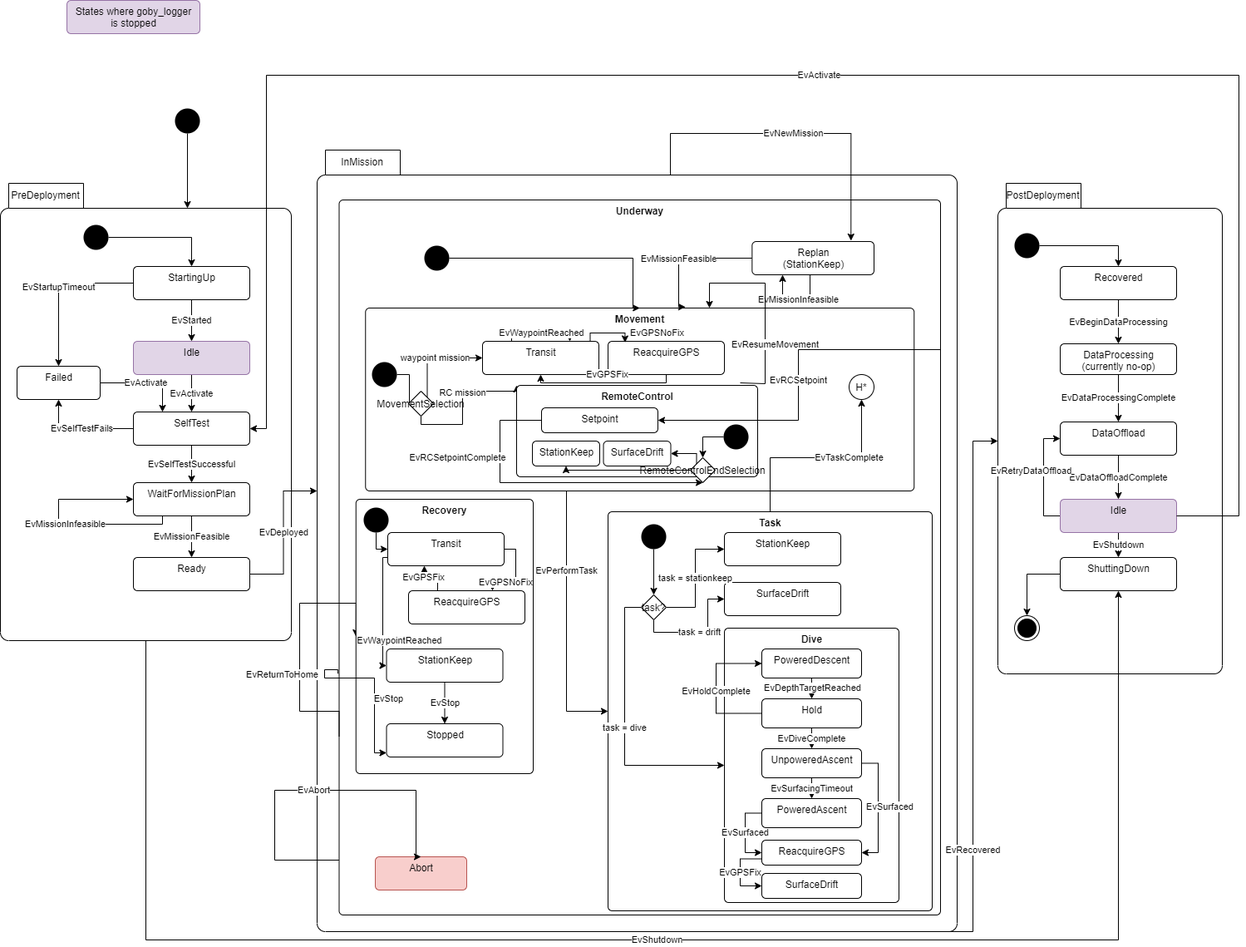
jaiarobotics/jaiabot keeps this draw.io diagram as src/doc/figures/mission-states.png. Above is the earlier version. Source tidied: cells renumbered, new cells last; positions are measured from the earlier drawing's top-left corner, leaving out a move shared by most shapes.
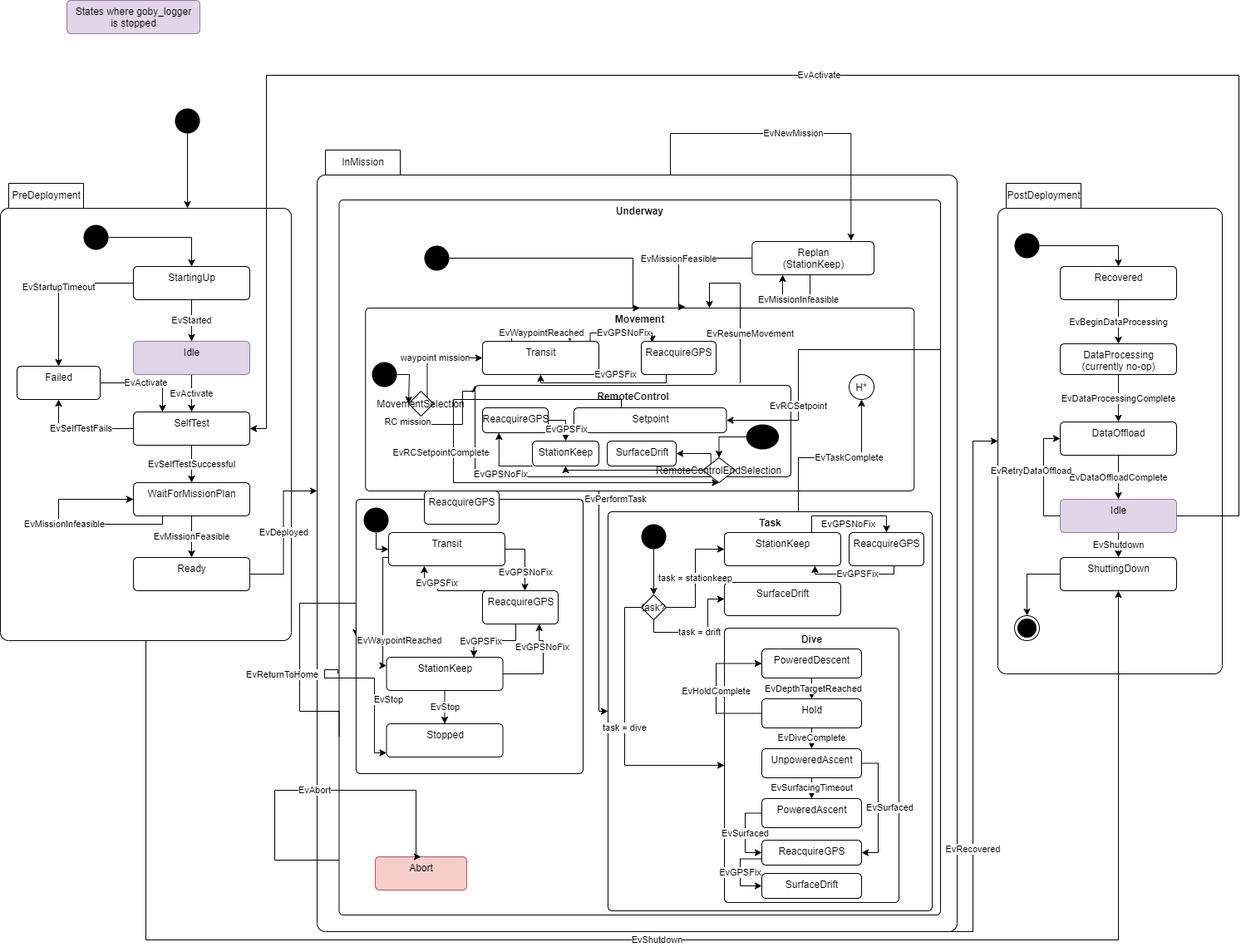
Above is the later version.

Commit message:
Updating documentation for state machine

What changed in the source:
```diff
@@ -138,11 +138,11 @@
       <mxGeometry x="38.2" y="90" width="660" height="220" as="geometry" />
     </mxCell>
     <mxCell id="41" value="EvPerformTask" style="edgeStyle=orthogonalEdgeStyle;rounded=0;jettySize=auto;html=1;entryX=0;entryY=0.5;entryDx=0;entryDy=0;" parent="36" edge="1" target="60">
-      <mxGeometry x="-0.39" relative="1" as="geometry">
+      <mxGeometry x="-0.69" y="20" relative="1" as="geometry">
         <mxPoint x="280" y="310" as="sourcePoint" />
         <Array as="points">
-          <mxPoint x="280" y="310" />
-          <mxPoint x="280" y="535" />
+          <mxPoint x="319" y="310" />
+          <mxPoint x="319" y="575" />
         </Array>
       </mxGeometry>
     </mxCell>
@@ -152,22 +152,23 @@
     <mxCell id="43" value="EvTaskComplete" style="edgeStyle=orthogonalEdgeStyle;rounded=0;jettySize=auto;html=1;entryX=0.5;entryY=1;entryDx=0;entryDy=0;exitX=0.5;exitY=0;exitDx=0;exitDy=0;" parent="36" edge="1" source="60" target="58">
       <mxGeometry x="0.31" relative="1" as="geometry">
         <Array as="points">
-          <mxPoint x="525" y="270" />
+          <mxPoint x="559" y="335" />
+          <mxPoint x="559" y="270" />
           <mxPoint x="635" y="270" />
         </Array>
       </mxGeometry>
     </mxCell>
     <mxCell id="44" value="&lt;b&gt;Recovery&lt;/b&gt;" style="html=1;align=center;verticalAlign=top;rounded=1;absoluteArcSize=1;arcSize=10;dashed=0;" parent="36" vertex="1">
-      <mxGeometry x="26.8" y="320" width="213.2" height="330" as="geometry" />
+      <mxGeometry x="26.9" y="320" width="273.1" height="330" as="geometry" />
     </mxCell>
     <mxCell id="45" value="Transit" style="html=1;align=center;verticalAlign=top;rounded=1;absoluteArcSize=1;arcSize=10;dashed=0;" parent="36" vertex="1">
-      <mxGeometry x="65" y="360" width="140" height="40" as="geometry" />
+      <mxGeometry x="66" y="360" width="140" height="40" as="geometry" />
     </mxCell>
     <mxCell id="46" value="EvStop" style="edgeStyle=orthogonalEdgeStyle;rounded=0;jettySize=auto;html=1;" parent="36" edge="1" source="47" target="56">
       <mxGeometry relative="1" as="geometry" />
     </mxCell>
     <mxCell id="47" value="StationKeep" style="html=1;align=center;verticalAlign=top;rounded=1;absoluteArcSize=1;arcSize=10;dashed=0;" parent="36" vertex="1">
-      <mxGeometry x="63.5" y="500" width="140" height="40" as="geometry" />
+      <mxGeometry x="63.5" y="510" width="140" height="40" as="geometry" />
     </mxCell>
     <mxCell id="48" value="EvWaypointReached" style="edgeStyle=orthogonalEdgeStyle;rounded=0;jettySize=auto;html=1;exitX=0;exitY=0.75;exitDx=0;exitDy=0;" parent="36" edge="1" source="45" target="47">
       <mxGeometry x="0.51" y="20" relative="1" as="geometry">
@@ -320,6 +321,27 @@
         </Array>
       </mxGeometry>
     </mxCell>
+    <mxCell id="120" value="ReacquireGPS" style="html=1;align=center;verticalAlign=top;rounded=1;absoluteArcSize=1;arcSize=10;dashed=0;" parent="59" vertex="1">
+      <mxGeometry x="290" y="25" width="90" height="40" as="geometry" />
+    </mxCell>
+    <mxCell id="121" value="EvGPSNoFix" style="edgeStyle=orthogonalEdgeStyle;rounded=0;jettySize=auto;html=1;exitX=0.75;exitY=0;exitDx=0;exitDy=0;entryX=0.5;entryY=0;entryDx=0;entryDy=0;" parent="59" edge="1" source="61" target="120">
+      <mxGeometry x="-0.01" y="-10" relative="1" as="geometry">
+        <Array as="points">
+          <mxPoint x="245" y="5" />
+          <mxPoint x="335" y="5" />
+        </Array>
+      </mxGeometry>
+    </mxCell>
+    <mxCell id="122" value="EvGPSFix" style="edgeStyle=orthogonalEdgeStyle;rounded=0;jettySize=auto;html=1;exitX=0.75;exitY=1;exitDx=0;exitDy=0;" parent="59" edge="1" source="120">
+      <mxGeometry x="0.06" relative="1" as="geometry">
+        <mxPoint x="249" y="65" as="targetPoint" />
+        <Array as="points">
+          <mxPoint x="344" y="65" />
+          <mxPoint x="344" y="75" />
+          <mxPoint x="249" y="75" />
+        </Array>
+      </mxGeometry>
+    </mxCell>
     <mxCell id="84" value="EvNewMission" style="edgeStyle=orthogonalEdgeStyle;rounded=0;jettySize=auto;html=1;exitX=0;exitY=0;exitDx=425;exitDy=30;exitPerimeter=0;entryX=0.811;entryY=-0.025;entryDx=0;entryDy=0;entryPerimeter=0;" parent="36" edge="1" source="37" target="87">
       <mxGeometry relative="1" as="geometry" />
     </mxCell>
@@ -349,12 +371,13 @@
       </mxGeometry>
     </mxCell>
     <mxCell id="89" value="RC mission" style="edgeStyle=orthogonalEdgeStyle;rounded=0;jettySize=auto;html=1;entryX=0;entryY=0;entryDx=0;entryDy=0;exitX=0.5;exitY=1;exitDx=0;exitDy=0;" parent="36" edge="1" source="90" target="94">
-      <mxGeometry x="0.14" relative="1" as="geometry">
+      <mxGeometry x="-0.85" y="-10" relative="1" as="geometry">
         <Array as="points">
           <mxPoint x="105" y="230" />
           <mxPoint x="155" y="230" />
           <mxPoint x="155" y="190" />
         </Array>
+        <mxPoint x="-6" y="-2" as="offset" />
       </mxGeometry>
     </mxCell>
     <mxCell id="90" value="MovementSelection" style="rhombus;" parent="36" vertex="1">
@@ -372,30 +395,29 @@
       <mxGeometry x="-0.37" y="-12" relative="1" as="geometry">
         <mxPoint x="489" y="180" as="sourcePoint" />
         <Array as="points">
-          <mxPoint x="489" y="181" />
-          <mxPoint x="519" y="181" />
-          <mxPoint x="519" y="60" />
+          <mxPoint x="489" y="60" />
           <mxPoint x="452" y="60" />
         </Array>
       </mxGeometry>
     </mxCell>
     <mxCell id="93" style="group;" parent="36" vertex="1">
-      <mxGeometry x="220" y="190" width="290" height="110" as="geometry" />
+      <mxGeometry x="170" y="190" width="380" height="110" as="geometry" />
     </mxCell>
     <mxCell id="94" value="&lt;b&gt;RemoteControl&lt;/b&gt;" style="html=1;align=center;verticalAlign=top;rounded=1;absoluteArcSize=1;arcSize=10;dashed=0;" parent="93" vertex="1">
-      <mxGeometry y="-7" width="290" height="110" as="geometry" />
+      <mxGeometry y="-7" width="380" height="110" as="geometry" />
     </mxCell>
     <mxCell id="95" value="StationKeep" style="html=1;align=center;verticalAlign=top;rounded=1;absoluteArcSize=1;arcSize=10;dashed=0;" parent="93" vertex="1">
-      <mxGeometry x="19" y="60" width="81" height="30" as="geometry" />
+      <mxGeometry x="69" y="60" width="80" height="30" as="geometry" />
     </mxCell>
     <mxCell id="96" value="Setpoint" style="html=1;align=center;verticalAlign=top;rounded=1;absoluteArcSize=1;arcSize=10;dashed=0;" parent="93" vertex="1">
-      <mxGeometry x="30" y="20" width="140" height="30" as="geometry" />
+      <mxGeometry x="119" y="20" width="183.4" height="30" as="geometry" />
     </mxCell>
-    <mxCell id="97" value="EvRCSetpointComplete" style="edgeStyle=orthogonalEdgeStyle;rounded=0;jettySize=auto;html=1;entryX=0.5;entryY=1;entryDx=0;entryDy=0;exitX=0;exitY=0.5;exitDx=0;exitDy=0;" parent="93" edge="1" source="96" target="102">
-      <mxGeometry x="-0.49" y="-51" relative="1" as="geometry">
+    <mxCell id="97" value="EvRCSetpointComplete" style="edgeStyle=orthogonalEdgeStyle;rounded=0;jettySize=auto;html=1;entryX=0.5;entryY=1;entryDx=0;entryDy=0;exitX=0.25;exitY=0;exitDx=0;exitDy=0;" parent="93" edge="1" source="96" target="102">
+      <mxGeometry x="-0.11" y="-15" relative="1" as="geometry">
         <Array as="points">
-          <mxPoint x="-20" y="35" />
-          <mxPoint x="-20" y="110" />
+          <mxPoint x="176" y="10" />
+          <mxPoint x="-26" y="10" />
+          <mxPoint x="-26" y="110" />
         </Array>
       </mxGeometry>
     </mxCell>
@@ -403,30 +425,47 @@
       <mxGeometry relative="1" as="geometry" />
     </mxCell>
     <mxCell id="99" style="ellipse;fillColor=#000000;strokeColor=none;" parent="93" vertex="1">
-      <mxGeometry x="249" y="40" width="30" height="30" as="geometry" />
+      <mxGeometry x="326.3" y="40" width="39.3" height="30" as="geometry" />
     </mxCell>
     <mxCell id="100" style="edgeStyle=orthogonalEdgeStyle;rounded=0;jettySize=auto;html=1;exitX=0;exitY=0;exitDx=0;exitDy=0;" parent="93" edge="1" source="102" target="103">
       <mxGeometry relative="1" as="geometry">
         <Array as="points">
-          <mxPoint x="216" y="75" />
+          <mxPoint x="283" y="75" />
         </Array>
       </mxGeometry>
     </mxCell>
     <mxCell id="101" style="edgeStyle=orthogonalEdgeStyle;rounded=0;jettySize=auto;html=1;exitX=0;exitY=0.5;exitDx=0;exitDy=0;entryX=0.5;entryY=1;entryDx=0;entryDy=0;" parent="93" edge="1" source="102" target="95">
       <mxGeometry relative="1" as="geometry">
         <Array as="points">
-          <mxPoint x="60" y="95" />
+          <mxPoint x="109" y="95" />
         </Array>
       </mxGeometry>
     </mxCell>
     <mxCell id="102" value="RemoteControlEndSelection" style="rhombus;" parent="93" vertex="1">
-      <mxGeometry x="209" y="80" width="30" height="30" as="geometry" />
+      <mxGeometry x="273.9" y="80" width="39.3" height="30" as="geometry" />
     </mxCell>
     <mxCell id="103" value="SurfaceDrift" style="html=1;align=center;verticalAlign=top;rounded=1;absoluteArcSize=1;arcSize=10;dashed=0;" parent="93" vertex="1">
-      <mxGeometry x="104.5" y="60" width="81" height="30" as="geometry" />
+      <mxGeometry x="159" y="60" width="83.1" height="30" as="geometry" />
     </mxCell>
+    <mxCell id="123" value="ReacquireGPS" style="html=1;align=center;verticalAlign=top;rounded=1;absoluteArcSize=1;arcSize=10;dashed=0;" parent="93" vertex="1">
+      <mxGeometry x="9" y="20" width="79" height="30" as="geometry" />
+    </mxCell>
+    <mxCell id="124" value="EvGPSNoFix" style="edgeStyle=orthogonalEdgeStyle;rounded=0;jettySize=auto;html=1;exitX=0;exitY=1;exitDx=0;exitDy=0;entryX=0.25;entryY=1;entryDx=0;entryDy=0;" parent="93" edge="1" source="95" target="123">
+      <mxGeometry x="-0.05" y="10" relative="1" as="geometry">
+        <Array as="points">
+          <mxPoint x="29" y="90" />
+        </Array>
+      </mxGeometry>
+    </mxCell>
+    <mxCell id="125" value="EvGPSFix" style="edgeStyle=orthogonalEdgeStyle;rounded=0;jettySize=auto;html=1;exitX=1;exitY=0.5;exitDx=0;exitDy=0;entryX=0.5;entryY=0;entryDx=0;entryDy=0;" parent="93" edge="1" source="123" target="95">
+      <mxGeometry x="0.41" y="1" relative="1" as="geometry">
+        <Array as="points">
+          <mxPoint x="109" y="35" />
+        </Array>
+      </mxGeometry>
+    </mxCell>
     <mxCell id="104" value="EvRCSetpoint" style="edgeStyle=orthogonalEdgeStyle;rounded=0;jettySize=auto;html=1;entryX=1;entryY=0.5;entryDx=0;entryDy=0;exitX=1;exitY=0.218;exitDx=0;exitDy=0;jumpStyle=arc;exitPerimeter=0;" parent="36" edge="1" source="38" target="96">
-      <mxGeometry relative="1" as="geometry">
+      <mxGeometry x="0.41" relative="1" as="geometry">
         <Array as="points">
           <mxPoint x="730" y="140" />
           <mxPoint x="559" y="140" />
@@ -435,19 +474,20 @@
       </mxGeometry>
     </mxCell>
     <mxCell id="105" value="ReacquireGPS" style="html=1;align=center;verticalAlign=top;rounded=1;absoluteArcSize=1;arcSize=10;dashed=0;" parent="36" vertex="1">
-      <mxGeometry x="330" y="130" width="140" height="40" as="geometry" />
+      <mxGeometry x="370" y="130" width="90" height="40" as="geometry" />
     </mxCell>
     <mxCell id="106" value="EvGPSNoFix" style="edgeStyle=orthogonalEdgeStyle;rounded=0;jettySize=auto;html=1;entryX=0.146;entryY=0.038;entryDx=0;entryDy=0;exitX=0.925;exitY=0.013;exitDx=0;exitDy=0;exitPerimeter=0;entryPerimeter=0;" parent="36" edge="1" source="42" target="105">
-      <mxGeometry x="0.64" y="39" relative="1" as="geometry">
+      <mxGeometry x="0.06" relative="1" as="geometry">
         <Array as="points">
           <mxPoint x="309" y="120" />
-          <mxPoint x="350" y="120" />
+          <mxPoint x="383" y="120" />
         </Array>
       </mxGeometry>
     </mxCell>
     <mxCell id="107" value="EvGPSFix" style="edgeStyle=orthogonalEdgeStyle;rounded=0;jettySize=auto;html=1;entryX=0.5;entryY=1;entryDx=0;entryDy=0;exitX=0.5;exitY=1;exitDx=0;exitDy=0;" parent="36" edge="1" source="105" target="42">
-      <mxGeometry x="-0.05" y="-10" relative="1" as="geometry">
+      <mxGeometry x="-0.08" y="-10" relative="1" as="geometry">
         <Array as="points">
+          <mxPoint x="400" y="170" />
           <mxPoint x="400" y="180" />
           <mxPoint x="249" y="180" />
         </Array>
@@ -472,15 +512,13 @@
       </mxGeometry>
     </mxCell>
     <mxCell id="110" value="ReacquireGPS" style="html=1;align=center;verticalAlign=top;rounded=1;absoluteArcSize=1;arcSize=10;dashed=0;" parent="36" vertex="1">
-      <mxGeometry x="90" y="430" width="140" height="40" as="geometry" />
+      <mxGeometry x="179" y="430" width="91" height="40" as="geometry" />
     </mxCell>
     <mxCell id="111" value="EvGPSNoFix" style="edgeStyle=orthogonalEdgeStyle;rounded=0;jettySize=auto;html=1;exitX=1;exitY=0.5;exitDx=0;exitDy=0;" parent="36" edge="1" source="45">
       <mxGeometry x="0.41" y="1" relative="1" as="geometry">
-        <mxPoint x="191" y="430" as="targetPoint" />
+        <mxPoint x="230" y="430" as="targetPoint" />
         <Array as="points">
-          <mxPoint x="219" y="380" />
-          <mxPoint x="219" y="419" />
-          <mxPoint x="191" y="419" />
+          <mxPoint x="230" y="380" />
         </Array>
       </mxGeometry>
     </mxCell>
@@ -493,6 +531,26 @@
         </Array>
       </mxGeometry>
     </mxCell>
+    <mxCell id="126" value="EvGPSNoFix" style="edgeStyle=orthogonalEdgeStyle;rounded=0;jettySize=auto;html=1;exitX=1;exitY=0.5;exitDx=0;exitDy=0;entryX=0.75;entryY=1;entryDx=0;entryDy=0;" parent="36" edge="1" source="47" target="110">
+      <mxGeometry x="0.41" y="1" relative="1" as="geometry">
+        <Array as="points">
+          <mxPoint x="252" y="530" />
+          <mxPoint x="252" y="490" />
+          <mxPoint x="247" y="490" />
+        </Array>
+      </mxGeometry>
+    </mxCell>
+    <mxCell id="127" value="EvGPSFix" style="edgeStyle=orthogonalEdgeStyle;rounded=0;jettySize=auto;html=1;exitX=0.5;exitY=1;exitDx=0;exitDy=0;entryX=0.75;entryY=0;entryDx=0;entryDy=0;" parent="36" edge="1" source="110" target="47">
+      <mxGeometry x="0.41" y="1" relative="1" as="geometry">
+        <Array as="points">
+          <mxPoint x="219" y="490" />
+          <mxPoint x="169" y="490" />
+        </Array>
+      </mxGeometry>
+    </mxCell>
+    <mxCell id="128" value="ReacquireGPS" style="html=1;align=center;verticalAlign=top;rounded=1;absoluteArcSize=1;arcSize=10;dashed=0;" parent="36" vertex="1">
+      <mxGeometry x="109" y="310" width="90" height="40" as="geometry" />
+    </mxCell>
     <mxCell id="113" style="edgeStyle=orthogonalEdgeStyle;rounded=0;jettySize=auto;html=1;entryX=0;entryY=0;entryDx=225;entryDy=30;entryPerimeter=0;" parent="1" edge="1" source="114" target="19">
       <mxGeometry relative="1" as="geometry" />
     </mxCell>
```
